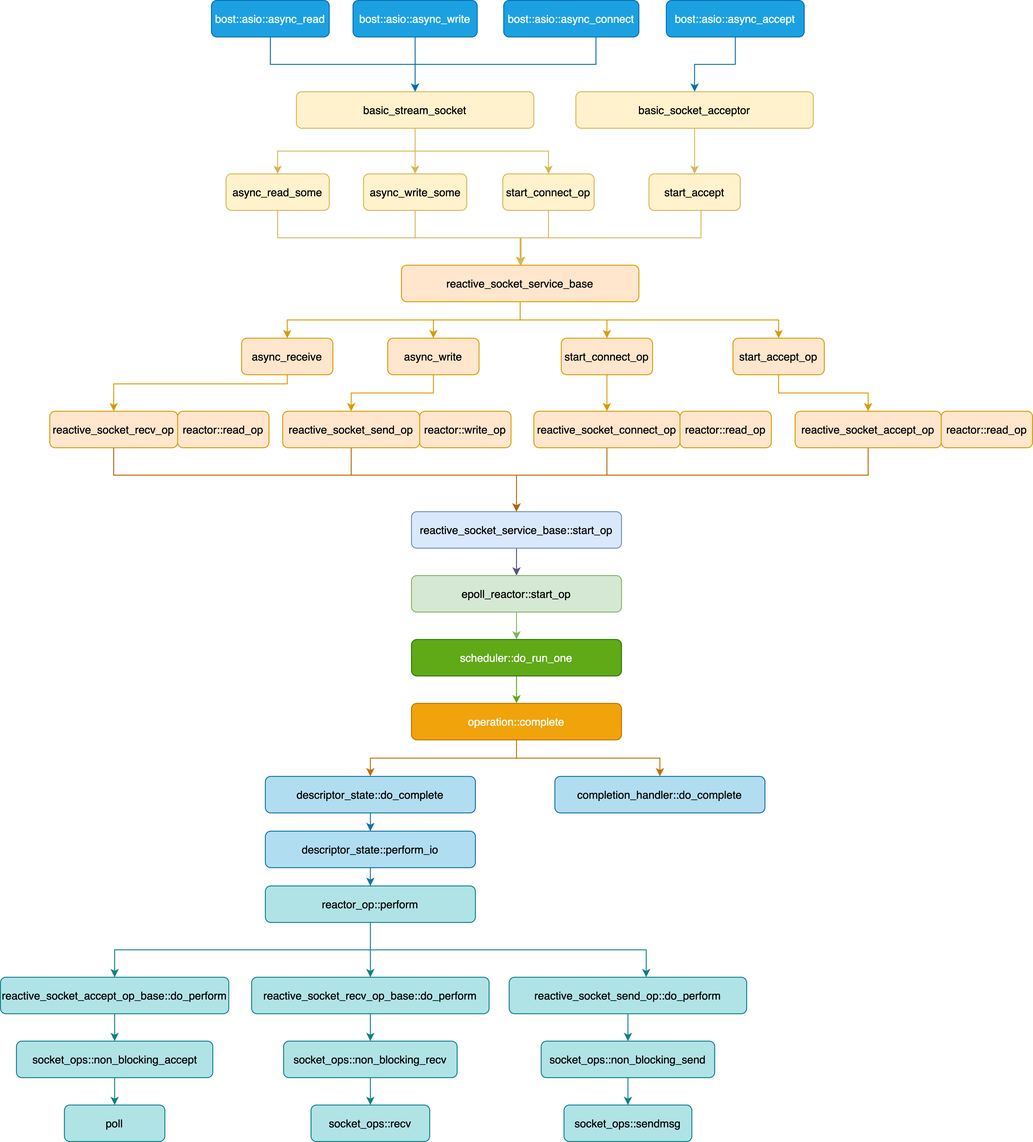
This is .Image/boost-asio-call-flow.png from jemmy512/software-engineer, a draw.io export, as it was before one commit. Source tidied: cells renumbered, new cells last; positions are measured from the earlier drawing's top-left corner, leaving out a move shared by most shapes.
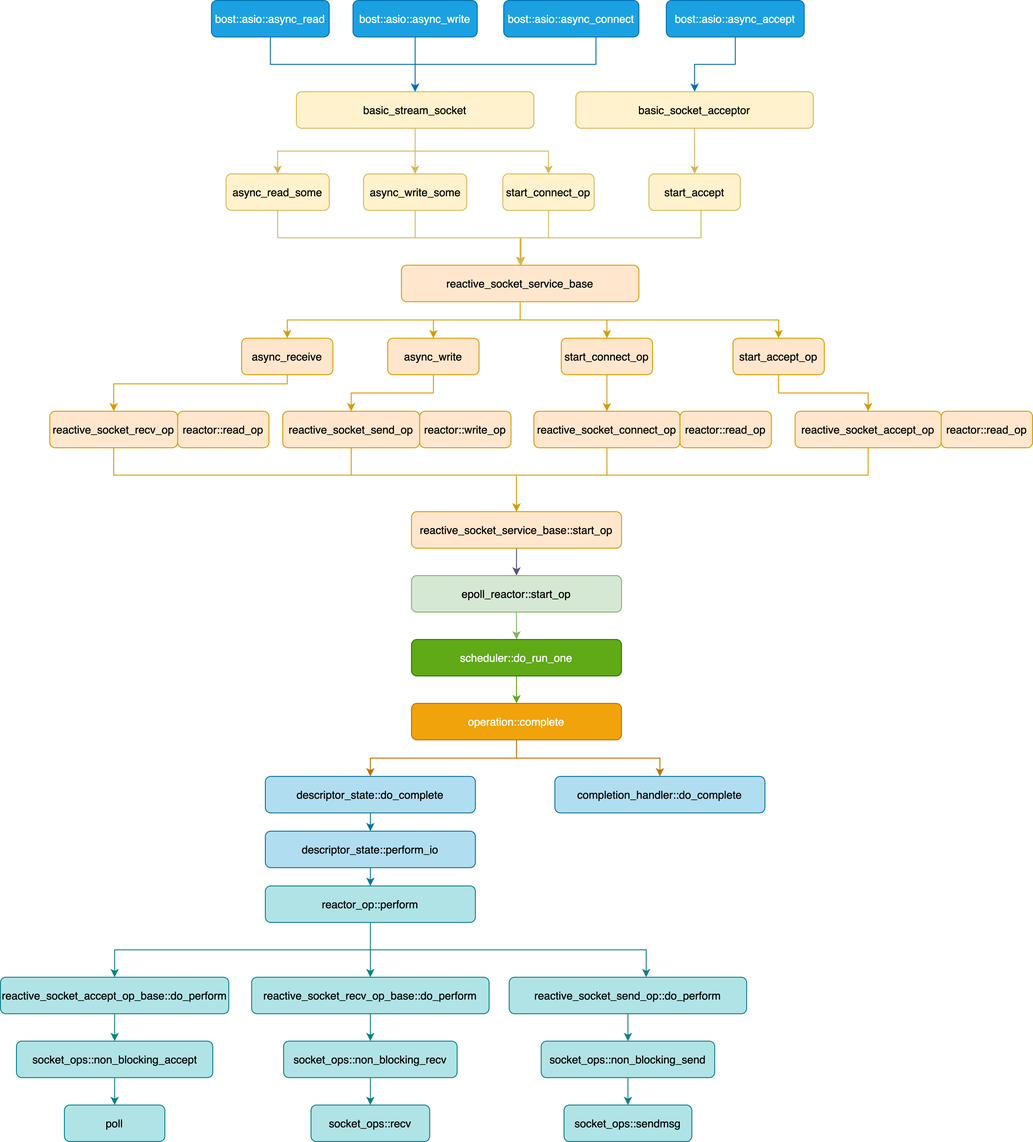
The same file after the commit.

What changed in the source:
```diff
@@ -5,7 +5,7 @@
     <mxCell id="2" style="edgeStyle=orthogonalEdgeStyle;rounded=0;jettySize=auto;html=1;fillColor=#d0cee2;strokeColor=#56517e;" parent="1" edge="1" source="3" target="5">
       <mxGeometry relative="1" as="geometry" />
     </mxCell>
-    <mxCell id="3" value="reactive_socket_service_base::start_op" style="rounded=1;whiteSpace=wrap;html=1;fontSize=12;glass=0;strokeWidth=1;shadow=0;fillColor=#dae8fc;strokeColor=#6c8ebf;" parent="1" vertex="1">
+    <mxCell id="3" value="reactive_socket_service_base::start_op" style="rounded=1;whiteSpace=wrap;html=1;fontSize=12;glass=0;strokeWidth=1;shadow=0;fillColor=#ffe6cc;strokeColor=#d79b00;" parent="1" vertex="1">
       <mxGeometry x="450" y="560" width="230" height="40" as="geometry" />
     </mxCell>
     <mxCell id="4" style="edgeStyle=orthogonalEdgeStyle;rounded=0;jettySize=auto;html=1;strokeColor=#82B366;" parent="1" edge="1" source="5" target="33">
@@ -14,7 +14,7 @@
     <mxCell id="5" value="epoll_reactor::start_op" style="rounded=1;whiteSpace=wrap;html=1;fontSize=12;glass=0;strokeWidth=1;shadow=0;fillColor=#d5e8d4;strokeColor=#82b366;" parent="1" vertex="1">
       <mxGeometry x="450" y="630" width="230" height="40" as="geometry" />
     </mxCell>
-    <mxCell id="6" style="edgeStyle=orthogonalEdgeStyle;rounded=0;jettySize=auto;html=1;fillColor=#fad7ac;strokeColor=#b46504;" parent="1" edge="1" source="7" target="3">
+    <mxCell id="6" style="edgeStyle=orthogonalEdgeStyle;rounded=0;jettySize=auto;html=1;fillColor=#ffe6cc;strokeColor=#d79b00;" parent="1" edge="1" source="7" target="3">
       <mxGeometry relative="1" as="geometry">
         <Array as="points">
           <mxPoint x="950" y="520" />
@@ -72,7 +72,7 @@
     <mxCell id="16" value="reactive_socket_service_base" style="rounded=1;whiteSpace=wrap;html=1;fontSize=12;glass=0;strokeWidth=1;shadow=0;fillColor=#ffe6cc;strokeColor=#d79b00;" parent="1" vertex="1">
       <mxGeometry x="439" y="290" width="260" height="40" as="geometry" />
     </mxCell>
-    <mxCell id="17" style="edgeStyle=orthogonalEdgeStyle;rounded=0;jettySize=auto;html=1;entryX=0.5;entryY=0;entryDx=0;entryDy=0;fillColor=#fad7ac;strokeColor=#b46504;" parent="1" edge="1" source="18" target="3">
+    <mxCell id="17" style="edgeStyle=orthogonalEdgeStyle;rounded=0;jettySize=auto;html=1;entryX=0.5;entryY=0;entryDx=0;entryDy=0;fillColor=#ffe6cc;strokeColor=#d79b00;" parent="1" edge="1" source="18" target="3">
       <mxGeometry relative="1" as="geometry">
         <Array as="points">
           <mxPoint x="124" y="520" />
@@ -98,7 +98,7 @@
     <mxCell id="23" value="socket_ops::recv" style="rounded=1;whiteSpace=wrap;html=1;fontSize=12;glass=0;strokeWidth=1;shadow=0;fillColor=#b0e3e6;strokeColor=#0e8088;" parent="1" vertex="1">
       <mxGeometry x="340" y="1210" width="130" height="40" as="geometry" />
     </mxCell>
-    <mxCell id="24" style="edgeStyle=orthogonalEdgeStyle;rounded=0;jettySize=auto;html=1;entryX=0.5;entryY=0;entryDx=0;entryDy=0;fillColor=#fad7ac;strokeColor=#b46504;" parent="1" edge="1" source="25" target="3">
+    <mxCell id="24" style="edgeStyle=orthogonalEdgeStyle;rounded=0;jettySize=auto;html=1;entryX=0.5;entryY=0;entryDx=0;entryDy=0;fillColor=#ffe6cc;strokeColor=#d79b00;" parent="1" edge="1" source="25" target="3">
       <mxGeometry relative="1" as="geometry">
         <Array as="points">
           <mxPoint x="384" y="520" />
@@ -195,7 +195,7 @@
     <mxCell id="52" value="start_connect_op" style="rounded=1;whiteSpace=wrap;html=1;fontSize=12;glass=0;strokeWidth=1;shadow=0;fillColor=#ffe6cc;strokeColor=#d79b00;" parent="1" vertex="1">
       <mxGeometry x="614" y="370" width="100" height="40" as="geometry" />
     </mxCell>
-    <mxCell id="53" style="edgeStyle=orthogonalEdgeStyle;rounded=0;jettySize=auto;html=1;entryX=0.5;entryY=0;entryDx=0;entryDy=0;fillColor=#fad7ac;strokeColor=#b46504;" parent="1" edge="1" source="54" target="3">
+    <mxCell id="53" style="edgeStyle=orthogonalEdgeStyle;rounded=0;jettySize=auto;html=1;entryX=0.5;entryY=0;entryDx=0;entryDy=0;fillColor=#ffe6cc;strokeColor=#d79b00;" parent="1" edge="1" source="54" target="3">
       <mxGeometry relative="1" as="geometry">
         <Array as="points">
           <mxPoint x="664" y="520" />
```
